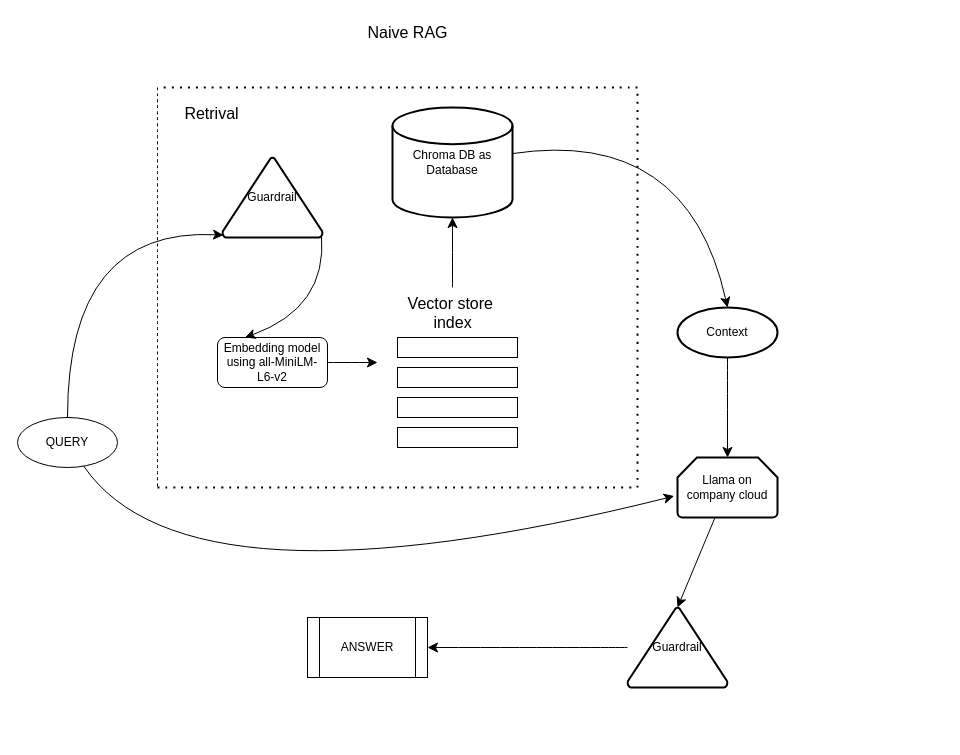
Above: Untitled Diagram.drawio in sarth-04/Workflow (draw.io), before the change. Source tidied: cells renumbered, new cells numbered last; positions are measured from the earlier drawing's top-left corner, leaving out a move shared by most shapes. Both pictures are drawn from the tidied source at 100%, with x=0, y=0 at pixel (17, 17).
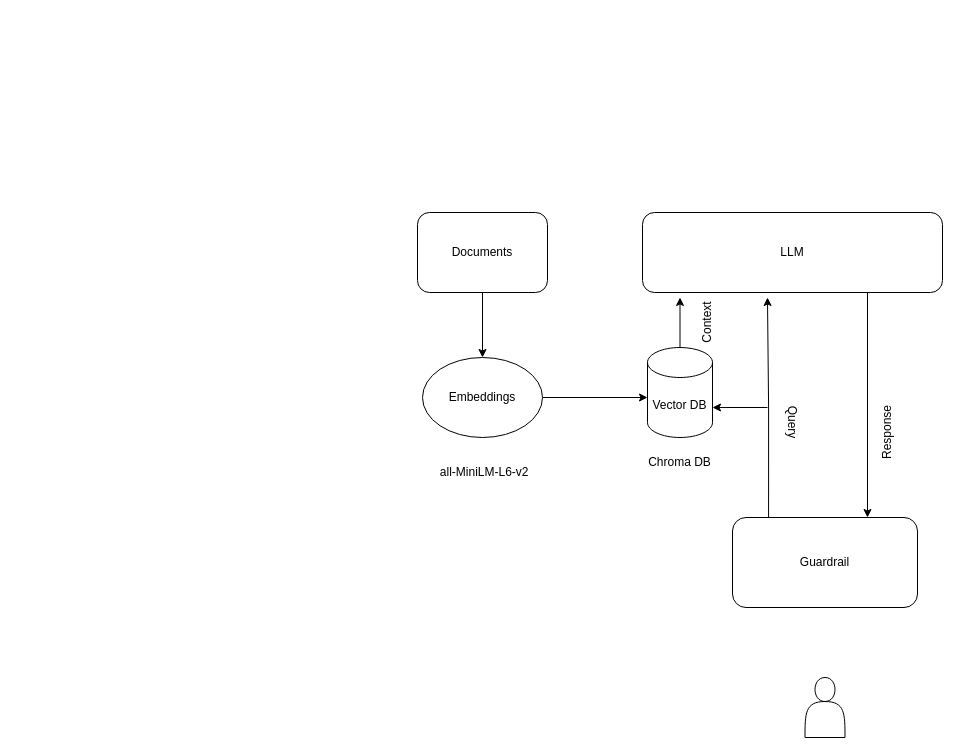
The same diagram, later.

What changed in the source:
```diff
@@
-    <mxCell id="2" value="Naive RAG" style="text;html=1;align=center;verticalAlign=middle;strokeColor=none;fillColor=none;fontSize=16;" parent="1" vertex="1">
-      <mxGeometry x="340" width="100" height="30" as="geometry" />
-    </mxCell>
-    <mxCell id="3" value="QUERY" style="ellipse;whiteSpace=wrap;html=1;" parent="1" vertex="1">
-      <mxGeometry y="400" width="100" height="50" as="geometry" />
-    </mxCell>
-    <mxCell id="4" style="edgeStyle=none;curved=1;rounded=0;jettySize=auto;html=1;exitX=1;exitY=0.5;exitDx=0;exitDy=0;fontSize=12;startSize=8;endSize=8;" parent="1" edge="1" source="5">
-      <mxGeometry relative="1" as="geometry">
-        <mxPoint x="360" y="345" as="targetPoint" />
-      </mxGeometry>
-    </mxCell>
-    <mxCell id="5" value="Embedding model using all-MiniLM-L6-v2" style="rounded=1;whiteSpace=wrap;html=1;" parent="1" vertex="1">
-      <mxGeometry x="200" y="320" width="110" height="50" as="geometry" />
-    </mxCell>
-    <mxCell id="6" style="rounded=0;whiteSpace=wrap;html=1;" parent="1" vertex="1">
-      <mxGeometry x="380" y="320" width="120" height="20" as="geometry" />
-    </mxCell>
-    <mxCell id="7" style="rounded=0;whiteSpace=wrap;html=1;" parent="1" vertex="1">
-      <mxGeometry x="380" y="350" width="120" height="20" as="geometry" />
-    </mxCell>
-    <mxCell id="8" style="rounded=0;whiteSpace=wrap;html=1;" parent="1" vertex="1">
-      <mxGeometry x="380" y="380" width="120" height="20" as="geometry" />
-    </mxCell>
-    <mxCell id="9" style="rounded=0;whiteSpace=wrap;html=1;" parent="1" vertex="1">
-      <mxGeometry x="380" y="410" width="120" height="20" as="geometry" />
-    </mxCell>
-    <mxCell id="10" style="edgeStyle=none;curved=1;rounded=0;orthogonalLoop=1;jettySize=auto;html=1;exitX=0.5;exitY=1;exitDx=0;exitDy=0;fontSize=12;startSize=8;endSize=8;" parent="1" edge="1" source="3" target="3">
-      <mxGeometry relative="1" as="geometry" />
-    </mxCell>
-    <mxCell id="11" style="edgeStyle=none;curved=1;rounded=0;jettySize=auto;html=1;fontSize=12;startSize=8;endSize=8;entryX=0.5;entryY=1;entryDx=0;entryDy=0;entryPerimeter=0;" parent="1" edge="1" source="12" target="13">
-      <mxGeometry relative="1" as="geometry" />
-    </mxCell>
-    <mxCell id="12" value="Vector store&amp;nbsp;&lt;div&gt;index&lt;div&gt;&lt;br&gt;&lt;/div&gt;&lt;/div&gt;" style="text;html=1;align=center;verticalAlign=middle;points=[];strokeColor=none;fillColor=none;fontSize=16;" parent="1" vertex="1">
-      <mxGeometry x="380" y="270" width="110" height="70" as="geometry" />
-    </mxCell>
-    <mxCell id="13" value="Chroma DB as Database" style="strokeWidth=2;html=1;shape=mxgraph.flowchart.database;whiteSpace=wrap;" parent="1" vertex="1">
-      <mxGeometry x="375" y="90" width="120" height="110" as="geometry" />
-    </mxCell>
-    <mxCell id="14" style="edgeStyle=none;curved=1;rounded=0;jettySize=auto;html=1;exitX=0.99;exitY=0.97;exitDx=0;exitDy=0;exitPerimeter=0;entryX=0.25;entryY=0;entryDx=0;entryDy=0;fontSize=12;startSize=8;endSize=8;" parent="1" edge="1" source="15" target="5">
-      <mxGeometry relative="1" as="geometry">
-        <Array as="points">
-          <mxPoint x="310" y="290" />
-        </Array>
-      </mxGeometry>
-    </mxCell>
-    <mxCell id="15" value="Guardrail" style="strokeWidth=2;html=1;shape=mxgraph.flowchart.extract_or_measurement;whiteSpace=wrap;" parent="1" vertex="1">
-      <mxGeometry x="205" y="140" width="100" height="80" as="geometry" />
-    </mxCell>
-    <mxCell id="16" style="edgeStyle=none;curved=1;rounded=0;jettySize=auto;html=1;entryX=0.01;entryY=0.97;entryDx=0;entryDy=0;entryPerimeter=0;fontSize=12;startSize=8;endSize=8;" parent="1" edge="1" source="3" target="15">
-      <mxGeometry relative="1" as="geometry">
-        <Array as="points">
-          <mxPoint x="50" y="210" />
-        </Array>
-      </mxGeometry>
-    </mxCell>
-    <mxCell id="17" style="edgeStyle=none;curved=1;rounded=0;jettySize=auto;html=1;fontSize=12;startSize=8;endSize=8;entryX=0.5;entryY=0;entryDx=0;entryDy=0;entryPerimeter=0;" parent="1" edge="1" source="18" target="19">
-      <mxGeometry relative="1" as="geometry" />
-    </mxCell>
+    <mxCell id="31" style="edgeStyle=orthogonalEdgeStyle;rounded=0;jettySize=auto;html=1;" parent="1" edge="1" source="32" target="36">
+      <mxGeometry relative="1" as="geometry" />
+    </mxCell>
+    <mxCell id="32" value="Documents" style="rounded=1;whiteSpace=wrap;html=1;" parent="1" vertex="1">
+      <mxGeometry x="400" y="195" width="130" height="80" as="geometry" />
+    </mxCell>
+    <mxCell id="33" style="edgeStyle=orthogonalEdgeStyle;rounded=0;jettySize=auto;html=1;" parent="1" edge="1" source="34">
+      <mxGeometry relative="1" as="geometry">
+        <mxPoint x="662.5" y="280" as="targetPoint" />
+      </mxGeometry>
+    </mxCell>
+    <mxCell id="34" value="Vector DB" style="shape=cylinder3;whiteSpace=wrap;html=1;boundedLbl=1;backgroundOutline=1;size=15;" parent="1" vertex="1">
+      <mxGeometry x="630" y="330" width="65" height="90" as="geometry" />
+    </mxCell>
+    <mxCell id="35" style="edgeStyle=orthogonalEdgeStyle;rounded=0;jettySize=auto;html=1;" parent="1" edge="1" source="36">
+      <mxGeometry relative="1" as="geometry">
+        <mxPoint x="630" y="380" as="targetPoint" />
+      </mxGeometry>
+    </mxCell>
+    <mxCell id="36" value="Embeddings" style="ellipse;whiteSpace=wrap;html=1;" parent="1" vertex="1">
+      <mxGeometry x="405" y="340" width="120" height="80" as="geometry" />
+    </mxCell>
+    <mxCell id="37" value="Chroma DB" style="text;html=1;align=center;verticalAlign=middle;whiteSpace=wrap;rounded=0;" parent="1" vertex="1">
+      <mxGeometry x="625" y="430" width="75" height="30" as="geometry" />
+    </mxCell>
+    <mxCell id="38" value="&amp;nbsp;all-MiniLM-L6-v2" style="text;html=1;align=center;verticalAlign=middle;whiteSpace=wrap;rounded=0;" parent="1" vertex="1">
+      <mxGeometry x="417.5" y="440" width="95" height="30" as="geometry" />
+    </mxCell>
+    <mxCell id="39" style="edgeStyle=orthogonalEdgeStyle;rounded=0;jettySize=auto;html=1;exitX=0.75;exitY=1;exitDx=0;exitDy=0;" parent="1" edge="1" source="40">
+      <mxGeometry relative="1" as="geometry">
+        <mxPoint x="850" y="500" as="targetPoint" />
+      </mxGeometry>
+    </mxCell>
+    <mxCell id="40" value="LLM" style="rounded=1;whiteSpace=wrap;html=1;" parent="1" vertex="1">
+      <mxGeometry x="625" y="195" width="300" height="80" as="geometry" />
+    </mxCell>
+    <mxCell id="41" style="edgeStyle=orthogonalEdgeStyle;rounded=0;jettySize=auto;html=1;exitX=0.195;exitY=0;exitDx=0;exitDy=0;exitPerimeter=0;" parent="1" edge="1" source="42">
+      <mxGeometry relative="1" as="geometry">
+        <mxPoint x="750" y="280" as="targetPoint" />
+      </mxGeometry>
+    </mxCell>
+    <mxCell id="42" value="Guardrail" style="rounded=1;whiteSpace=wrap;html=1;" parent="1" vertex="1">
+      <mxGeometry x="715" y="500" width="185" height="90" as="geometry" />
+    </mxCell>
+    <mxCell id="43" style="shape=actor;whiteSpace=wrap;html=1;" parent="1" vertex="1">
+      <mxGeometry x="787.5" y="660" width="40" height="60" as="geometry" />
+    </mxCell>
+    <mxCell id="44" style="endArrow=classic;html=1;rounded=0;entryX=1;entryY=0;entryDx=0;entryDy=60;entryPerimeter=0;" parent="1" edge="1" target="34">
+      <mxGeometry relative="1" as="geometry">
+        <mxPoint x="750" y="390" as="sourcePoint" />
+      </mxGeometry>
+    </mxCell>
-    <mxCell id="18" value="Context" style="strokeWidth=2;html=1;shape=mxgraph.flowchart.start_1;whiteSpace=wrap;" parent="1" vertex="1">
-      <mxGeometry x="660" y="290" width="100" height="50" as="geometry" />
+    <mxCell id="18" value="Context" style="text;html=1;align=center;verticalAlign=middle;whiteSpace=wrap;rounded=0;rotation=270;" parent="1" vertex="1">
+      <mxGeometry x="660" y="290" width="60" height="30" as="geometry" />
     </mxCell>
-    <mxCell id="19" value="Llama on company cloud" style="strokeWidth=2;html=1;shape=mxgraph.flowchart.loop_limit;whiteSpace=wrap;" parent="1" vertex="1">
-      <mxGeometry x="660" y="440" width="100" height="60" as="geometry" />
-    </mxCell>
-    <mxCell id="20" style="edgeStyle=none;curved=1;rounded=0;jettySize=auto;html=1;entryX=0.5;entryY=0;entryDx=0;entryDy=0;entryPerimeter=0;fontSize=12;startSize=8;endSize=8;" parent="1" edge="1" source="13" target="18">
-      <mxGeometry relative="1" as="geometry">
-        <Array as="points">
-          <mxPoint x="670" y="110" />
-        </Array>
-      </mxGeometry>
-    </mxCell>
-    <mxCell id="21" style="endArrow=none;dashed=1;html=1;rounded=0;fontSize=12;startSize=8;endSize=8;curved=1;" parent="1" edge="1">
-      <mxGeometry relative="1" as="geometry">
-        <mxPoint x="140" y="70" as="sourcePoint" />
-        <mxPoint x="140" y="470" as="targetPoint" />
-      </mxGeometry>
-    </mxCell>
-    <mxCell id="22" style="endArrow=none;dashed=1;html=1;dashPattern=1 3;strokeWidth=2;rounded=0;fontSize=12;startSize=8;endSize=8;curved=1;" parent="1" edge="1">
-      <mxGeometry relative="1" as="geometry">
-        <mxPoint x="620" y="70" as="sourcePoint" />
-        <mxPoint x="140" y="70" as="targetPoint" />
-      </mxGeometry>
-    </mxCell>
-    <mxCell id="23" style="endArrow=none;dashed=1;html=1;dashPattern=1 3;strokeWidth=2;rounded=0;fontSize=12;startSize=8;endSize=8;curved=1;" parent="1" edge="1">
-      <mxGeometry relative="1" as="geometry">
-        <mxPoint x="620" y="470" as="sourcePoint" />
-        <mxPoint x="620" y="70" as="targetPoint" />
-      </mxGeometry>
-    </mxCell>
-    <mxCell id="24" style="endArrow=none;dashed=1;html=1;dashPattern=1 3;strokeWidth=2;rounded=0;fontSize=12;startSize=8;endSize=8;curved=1;" parent="1" edge="1">
-      <mxGeometry relative="1" as="geometry">
-        <mxPoint x="140" y="470" as="sourcePoint" />
-        <mxPoint x="620" y="470" as="targetPoint" />
-      </mxGeometry>
-    </mxCell>
-    <mxCell id="25" value="Retrival" style="text;html=1;align=center;verticalAlign=middle;strokeColor=none;fillColor=none;fontSize=16;" parent="1" vertex="1">
-      <mxGeometry x="154" y="81" width="80" height="30" as="geometry" />
-    </mxCell>
-    <mxCell id="26" style="edgeStyle=none;curved=1;rounded=0;jettySize=auto;html=1;entryX=-0.033;entryY=0.643;entryDx=0;entryDy=0;entryPerimeter=0;fontSize=12;startSize=8;endSize=8;" parent="1" edge="1" source="3" target="19">
-      <mxGeometry relative="1" as="geometry">
-        <Array as="points">
-          <mxPoint x="170" y="600" />
-        </Array>
-      </mxGeometry>
-    </mxCell>
-    <mxCell id="27" style="edgeStyle=none;curved=1;rounded=0;jettySize=auto;html=1;fontSize=12;startSize=8;endSize=8;" parent="1" edge="1" source="28" target="30">
-      <mxGeometry relative="1" as="geometry" />
-    </mxCell>
-    <mxCell id="28" value="Guardrail" style="strokeWidth=2;html=1;shape=mxgraph.flowchart.extract_or_measurement;whiteSpace=wrap;" parent="1" vertex="1">
-      <mxGeometry x="610" y="590" width="100" height="80" as="geometry" />
-    </mxCell>
-    <mxCell id="29" style="edgeStyle=none;curved=1;rounded=0;jettySize=auto;html=1;entryX=0.5;entryY=0;entryDx=0;entryDy=0;entryPerimeter=0;fontSize=12;startSize=8;endSize=8;" parent="1" edge="1" source="19" target="28">
-      <mxGeometry relative="1" as="geometry" />
-    </mxCell>
-    <mxCell id="30" value="ANSWER" style="shape=process;whiteSpace=wrap;html=1;backgroundOutline=1;" parent="1" vertex="1">
-      <mxGeometry x="290" y="600" width="120" height="60" as="geometry" />
-    </mxCell>
+    <mxCell id="45" value="Response" style="text;html=1;align=center;verticalAlign=middle;whiteSpace=wrap;rounded=0;rotation=270;" parent="1" vertex="1">
+      <mxGeometry x="840" y="400" width="60" height="30" as="geometry" />
+    </mxCell>
+    <mxCell id="46" value="Query" style="text;html=1;align=center;verticalAlign=middle;whiteSpace=wrap;rounded=0;rotation=90;" parent="1" vertex="1">
+      <mxGeometry x="745" y="390" width="60" height="30" as="geometry" />
+    </mxCell>
```
